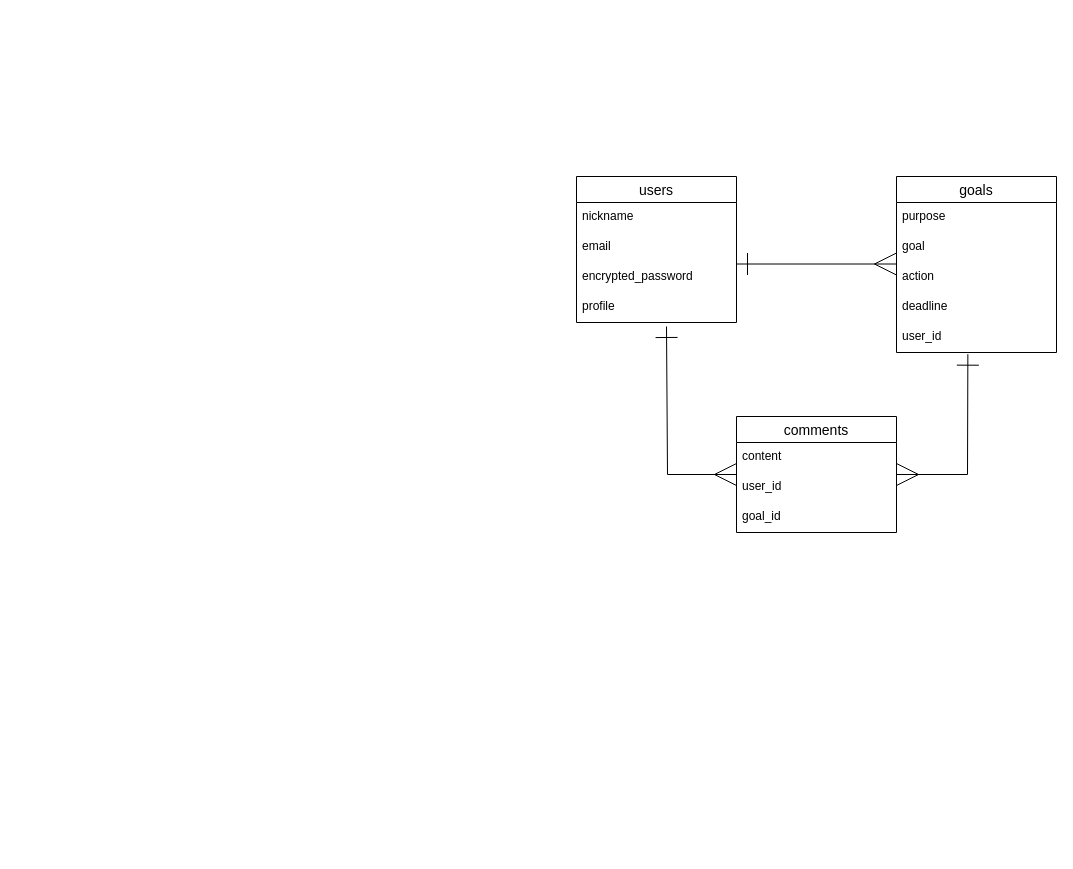
pig002238/new-me keeps this draw.io diagram as README.dio. Above is the earlier version. Source tidied: cells renumbered, new cells numbered last; positions are measured from the earlier drawing's top-left corner, leaving out a move shared by most shapes. Both pictures are drawn from the tidied source at 100%, with x=0, y=0 at pixel (576, 176).
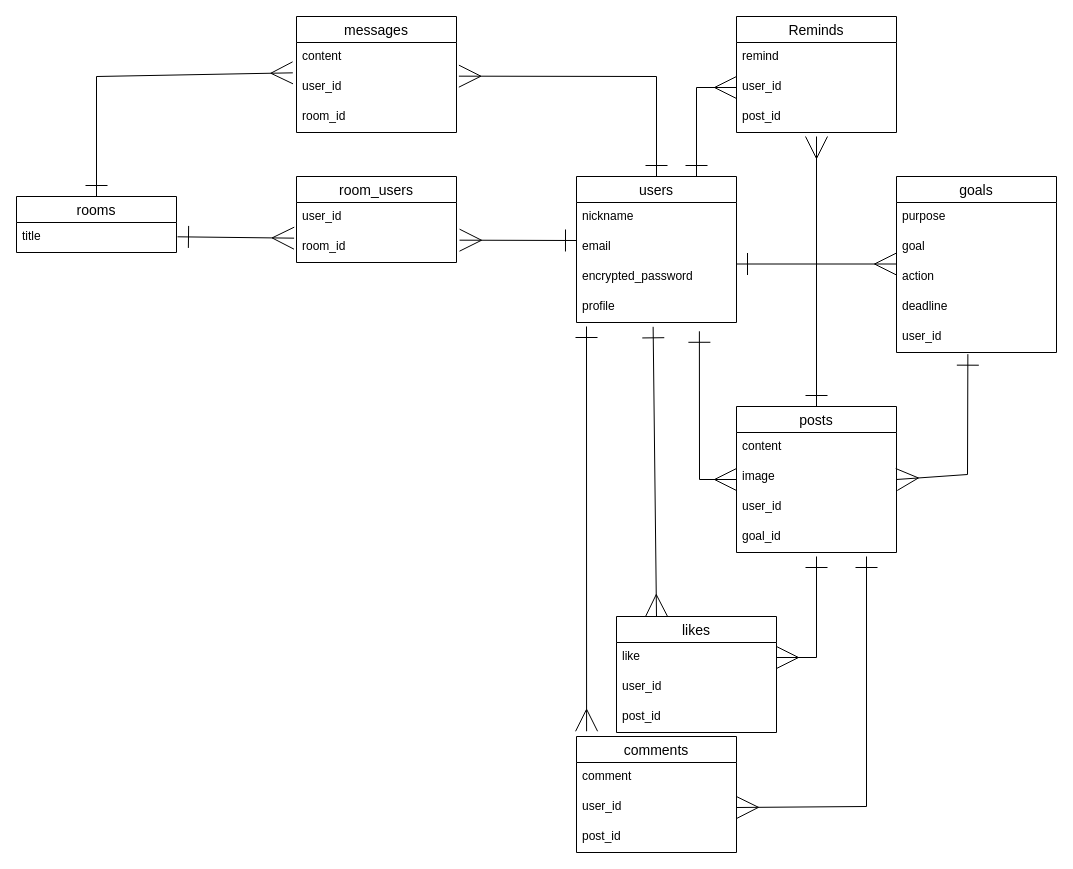
Above is the later version.

The change refers to these unchanged cells:
```xml
<mxCell id="2" value="users" style="swimlane;fontStyle=0;horizontal=1;startSize=26;align=center;fontSize=14;" parent="1" vertex="1">
  <mxGeometry width="160" height="146" as="geometry" />
</mxCell>
<mxCell id="6" value="profile" style="text;strokeColor=none;fillColor=none;spacingLeft=4;spacingRight=4;overflow=hidden;points=[[0,0.5],[1,0.5]];portConstraint=eastwest;fontSize=12;" parent="2" vertex="1">
  <mxGeometry y="116" width="160" height="30" as="geometry" />
</mxCell>
```

Diff of the diagram source:
```diff
@@
-    <mxCell id="13" value="comments" style="swimlane;fontStyle=0;horizontal=1;startSize=26;align=center;fontSize=14;" parent="1" vertex="1">
-      <mxGeometry x="160" y="240" width="160" height="116" as="geometry" />
+    <mxCell id="13" value="posts" style="swimlane;fontStyle=0;horizontal=1;startSize=26;align=center;fontSize=14;" parent="1" vertex="1">
+      <mxGeometry x="160" y="230" width="160" height="146" as="geometry" />
     </mxCell>
@@
+    <mxCell id="20" value="image&#10;" style="text;strokeColor=none;fillColor=none;spacingLeft=4;spacingRight=4;overflow=hidden;fontSize=12;" parent="13" vertex="1">
+      <mxGeometry y="56" width="160" height="30" as="geometry" />
+    </mxCell>
     <mxCell id="15" value="user_id" style="text;strokeColor=none;fillColor=none;spacingLeft=4;spacingRight=4;overflow=hidden;fontSize=12;" parent="13" vertex="1">
-      <mxGeometry y="56" width="160" height="30" as="geometry" />
+      <mxGeometry y="86" width="160" height="30" as="geometry" />
     </mxCell>
     <mxCell id="16" value="goal_id" style="text;strokeColor=none;fillColor=none;spacingLeft=4;spacingRight=4;overflow=hidden;fontSize=12;" parent="13" vertex="1">
-      <mxGeometry y="86" width="160" height="30" as="geometry" />
+      <mxGeometry y="116" width="160" height="30" as="geometry" />
     </mxCell>
@@
-    <mxCell id="19" style="endArrow=ERmany;html=1;rounded=0;entryX=0;entryY=0.5;entryDx=0;entryDy=0;endFill=0;targetPerimeterSpacing=20;sourcePerimeterSpacing=20;endSize=20;startSize=20;startArrow=ERone;startFill=0;" parent="1" edge="1" target="13">
+    <mxCell id="19" style="endArrow=ERmany;html=1;rounded=0;entryX=0;entryY=0.5;entryDx=0;entryDy=0;endFill=0;targetPerimeterSpacing=20;sourcePerimeterSpacing=20;endSize=20;startSize=20;startArrow=ERone;startFill=0;exitX=0.768;exitY=1.293;exitDx=0;exitDy=0;exitPerimeter=0;" parent="1" edge="1" source="6" target="13">
       <mxGeometry relative="1" as="geometry">
-        <mxPoint x="90" y="150" as="sourcePoint" />
         <Array as="points">
-          <mxPoint x="91" y="298" />
+          <mxPoint x="123" y="303" />
         </Array>
       </mxGeometry>
     </mxCell>
+    <mxCell id="21" value="likes" style="swimlane;fontStyle=0;horizontal=1;startSize=26;align=center;fontSize=14;" parent="1" vertex="1">
+      <mxGeometry x="40" y="440" width="160" height="116" as="geometry" />
+    </mxCell>
+    <mxCell id="22" value="like" style="text;strokeColor=none;fillColor=none;spacingLeft=4;spacingRight=4;overflow=hidden;points=[[0,0.5],[1,0.5]];portConstraint=eastwest;fontSize=12;" parent="21" vertex="1">
+      <mxGeometry y="26" width="160" height="30" as="geometry" />
+    </mxCell>
+    <mxCell id="23" value="user_id" style="text;strokeColor=none;fillColor=none;spacingLeft=4;spacingRight=4;overflow=hidden;fontSize=12;" parent="21" vertex="1">
+      <mxGeometry y="56" width="160" height="30" as="geometry" />
+    </mxCell>
+    <mxCell id="24" value="post_id" style="text;strokeColor=none;fillColor=none;spacingLeft=4;spacingRight=4;overflow=hidden;fontSize=12;" parent="21" vertex="1">
+      <mxGeometry y="86" width="160" height="30" as="geometry" />
+    </mxCell>
+    <mxCell id="25" style="endArrow=ERmany;html=1;rounded=0;entryX=0.25;entryY=0;entryDx=0;entryDy=0;startArrow=ERone;startFill=0;targetPerimeterSpacing=20;endSize=20;sourcePerimeterSpacing=20;startSize=20;endFill=0;exitX=0.479;exitY=1.144;exitDx=0;exitDy=0;exitPerimeter=0;" parent="1" edge="1" source="6" target="21">
+      <mxGeometry relative="1" as="geometry" />
+    </mxCell>
+    <mxCell id="26" style="endArrow=ERone;html=1;rounded=0;startSize=20;endSize=20;sourcePerimeterSpacing=20;targetPerimeterSpacing=20;startArrow=ERmany;startFill=0;endFill=0;exitX=1;exitY=0.5;exitDx=0;exitDy=0;" parent="1" edge="1" source="22">
+      <mxGeometry relative="1" as="geometry">
+        <mxPoint x="240" y="380" as="targetPoint" />
+        <Array as="points">
+          <mxPoint x="240" y="481" />
+        </Array>
+      </mxGeometry>
+    </mxCell>
+    <mxCell id="27" value="room_users" style="swimlane;fontStyle=0;horizontal=1;startSize=26;align=center;fontSize=14;" parent="1" vertex="1">
+      <mxGeometry x="-280" width="160" height="86" as="geometry" />
+    </mxCell>
+    <mxCell id="28" value="user_id" style="text;strokeColor=none;fillColor=none;spacingLeft=4;spacingRight=4;overflow=hidden;fontSize=12;" parent="27" vertex="1">
+      <mxGeometry y="26" width="160" height="30" as="geometry" />
+    </mxCell>
+    <mxCell id="29" value="room_id" style="text;strokeColor=none;fillColor=none;spacingLeft=4;spacingRight=4;overflow=hidden;points=[[0,0.5],[1,0.5]];portConstraint=eastwest;fontSize=12;" parent="27" vertex="1">
+      <mxGeometry y="56" width="160" height="30" as="geometry" />
+    </mxCell>
+    <mxCell id="30" value="rooms" style="swimlane;fontStyle=0;horizontal=1;startSize=26;align=center;fontSize=14;" parent="1" vertex="1">
+      <mxGeometry x="-560" y="20" width="160" height="56" as="geometry" />
+    </mxCell>
+    <mxCell id="31" value="title" style="text;strokeColor=none;fillColor=none;spacingLeft=4;spacingRight=4;overflow=hidden;fontSize=12;" parent="30" vertex="1">
+      <mxGeometry y="26" width="160" height="30" as="geometry" />
+    </mxCell>
+    <mxCell id="32" value="messages" style="swimlane;fontStyle=0;horizontal=1;startSize=26;align=center;fontSize=14;" parent="1" vertex="1">
+      <mxGeometry x="-280" y="-160" width="160" height="116" as="geometry" />
+    </mxCell>
+    <mxCell id="33" value="content" style="text;strokeColor=none;fillColor=none;spacingLeft=4;spacingRight=4;overflow=hidden;fontSize=12;" parent="32" vertex="1">
+      <mxGeometry y="26" width="160" height="30" as="geometry" />
+    </mxCell>
+    <mxCell id="34" value="user_id" style="text;strokeColor=none;fillColor=none;spacingLeft=4;spacingRight=4;overflow=hidden;points=[[0,0.5],[1,0.5]];portConstraint=eastwest;fontSize=12;" parent="32" vertex="1">
+      <mxGeometry y="56" width="160" height="30" as="geometry" />
+    </mxCell>
+    <mxCell id="35" value="room_id" style="text;strokeColor=none;fillColor=none;spacingLeft=4;spacingRight=4;overflow=hidden;fontSize=12;" parent="32" vertex="1">
+      <mxGeometry y="86" width="160" height="30" as="geometry" />
+    </mxCell>
+    <mxCell id="36" style="endArrow=ERmany;html=1;rounded=0;startSize=20;endSize=20;sourcePerimeterSpacing=20;targetPerimeterSpacing=20;exitX=1.006;exitY=0.144;exitDx=0;exitDy=0;exitPerimeter=0;entryX=-0.015;entryY=0.189;entryDx=0;entryDy=0;entryPerimeter=0;endFill=0;startArrow=ERone;startFill=0;" parent="1" edge="1" target="29">
+      <mxGeometry relative="1" as="geometry">
+        <mxPoint x="-399" y="60.3" as="sourcePoint" />
+      </mxGeometry>
+    </mxCell>
+    <mxCell id="37" style="endArrow=ERmany;html=1;rounded=0;startSize=20;endSize=20;sourcePerimeterSpacing=20;targetPerimeterSpacing=20;entryX=1.019;entryY=0.256;entryDx=0;entryDy=0;entryPerimeter=0;endFill=0;startArrow=ERone;startFill=0;" parent="1" edge="1" target="29">
+      <mxGeometry relative="1" as="geometry">
+        <mxPoint y="64" as="sourcePoint" />
+      </mxGeometry>
+    </mxCell>
+    <mxCell id="38" style="endArrow=ERmany;html=1;rounded=0;startSize=20;endSize=20;sourcePerimeterSpacing=20;targetPerimeterSpacing=20;exitX=0.5;exitY=0;exitDx=0;exitDy=0;entryX=-0.023;entryY=0.011;entryDx=0;entryDy=0;entryPerimeter=0;endFill=0;startArrow=ERone;startFill=0;" parent="1" edge="1" source="30" target="34">
+      <mxGeometry relative="1" as="geometry">
+        <Array as="points">
+          <mxPoint x="-480" y="-100" />
+        </Array>
+      </mxGeometry>
+    </mxCell>
+    <mxCell id="39" style="endArrow=ERmany;html=1;rounded=0;startSize=20;endSize=20;sourcePerimeterSpacing=20;targetPerimeterSpacing=20;exitX=0.5;exitY=0;exitDx=0;exitDy=0;entryX=1.015;entryY=0.122;entryDx=0;entryDy=0;entryPerimeter=0;endFill=0;startArrow=ERone;startFill=0;" parent="1" edge="1" source="2" target="34">
+      <mxGeometry relative="1" as="geometry">
+        <Array as="points">
+          <mxPoint x="80" y="-100" />
+        </Array>
+      </mxGeometry>
+    </mxCell>
+    <mxCell id="40" value="comments" style="swimlane;fontStyle=0;horizontal=1;startSize=26;align=center;fontSize=14;" parent="1" vertex="1">
+      <mxGeometry y="560" width="160" height="116" as="geometry" />
+    </mxCell>
+    <mxCell id="41" value="comment" style="text;strokeColor=none;fillColor=none;spacingLeft=4;spacingRight=4;overflow=hidden;fontSize=12;" parent="40" vertex="1">
+      <mxGeometry y="26" width="160" height="30" as="geometry" />
+    </mxCell>
+    <mxCell id="42" value="user_id" style="text;strokeColor=none;fillColor=none;spacingLeft=4;spacingRight=4;overflow=hidden;points=[[0,0.5],[1,0.5]];portConstraint=eastwest;fontSize=12;" parent="40" vertex="1">
+      <mxGeometry y="56" width="160" height="30" as="geometry" />
+    </mxCell>
+    <mxCell id="43" value="post_id" style="text;strokeColor=none;fillColor=none;spacingLeft=4;spacingRight=4;overflow=hidden;fontSize=12;" parent="40" vertex="1">
+      <mxGeometry y="86" width="160" height="30" as="geometry" />
+    </mxCell>
+    <mxCell id="44" style="endArrow=ERmany;html=1;rounded=0;startSize=20;endSize=20;sourcePerimeterSpacing=20;targetPerimeterSpacing=20;entryX=0.063;entryY=-0.045;entryDx=0;entryDy=0;entryPerimeter=0;startArrow=ERone;startFill=0;endFill=0;" parent="1" edge="1" target="40">
+      <mxGeometry relative="1" as="geometry">
+        <mxPoint x="10" y="150" as="sourcePoint" />
+      </mxGeometry>
+    </mxCell>
+    <mxCell id="45" style="endArrow=ERmany;html=1;rounded=0;startSize=20;endSize=20;sourcePerimeterSpacing=20;targetPerimeterSpacing=20;entryX=1;entryY=0.5;entryDx=0;entryDy=0;endFill=0;startArrow=ERone;startFill=0;" parent="1" edge="1" target="42">
+      <mxGeometry relative="1" as="geometry">
+        <mxPoint x="290" y="380" as="sourcePoint" />
+        <Array as="points">
+          <mxPoint x="290" y="630" />
+        </Array>
+      </mxGeometry>
+    </mxCell>
+    <mxCell id="46" value="Reminds" style="swimlane;fontStyle=0;horizontal=1;startSize=26;align=center;fontSize=14;" parent="1" vertex="1">
+      <mxGeometry x="160" y="-160" width="160" height="116" as="geometry" />
+    </mxCell>
+    <mxCell id="47" value="remind" style="text;strokeColor=none;fillColor=none;spacingLeft=4;spacingRight=4;overflow=hidden;fontSize=12;" parent="46" vertex="1">
+      <mxGeometry y="26" width="160" height="30" as="geometry" />
+    </mxCell>
+    <mxCell id="48" value="user_id" style="text;strokeColor=none;fillColor=none;spacingLeft=4;spacingRight=4;overflow=hidden;points=[[0,0.5],[1,0.5]];portConstraint=eastwest;fontSize=12;" parent="46" vertex="1">
+      <mxGeometry y="56" width="160" height="30" as="geometry" />
+    </mxCell>
+    <mxCell id="49" value="post_id" style="text;strokeColor=none;fillColor=none;spacingLeft=4;spacingRight=4;overflow=hidden;fontSize=12;" parent="46" vertex="1">
+      <mxGeometry y="86" width="160" height="30" as="geometry" />
+    </mxCell>
+    <mxCell id="50" style="endArrow=ERmany;html=1;rounded=0;exitX=0.75;exitY=0;exitDx=0;exitDy=0;entryX=0;entryY=0.5;entryDx=0;entryDy=0;targetPerimeterSpacing=20;sourcePerimeterSpacing=20;endSize=20;startSize=20;startArrow=ERone;startFill=0;endFill=0;" parent="1" edge="1" source="2" target="48">
+      <mxGeometry relative="1" as="geometry">
+        <Array as="points">
+          <mxPoint x="120" y="-89" />
+        </Array>
+      </mxGeometry>
+    </mxCell>
+    <mxCell id="51" style="endArrow=ERone;html=1;rounded=0;entryX=0.5;entryY=0;entryDx=0;entryDy=0;endFill=0;targetPerimeterSpacing=20;sourcePerimeterSpacing=20;endSize=20;startSize=20;startArrow=ERmany;startFill=0;" parent="1" edge="1" target="13">
+      <mxGeometry relative="1" as="geometry">
+        <mxPoint x="240" y="-40" as="sourcePoint" />
+      </mxGeometry>
+    </mxCell>
```
